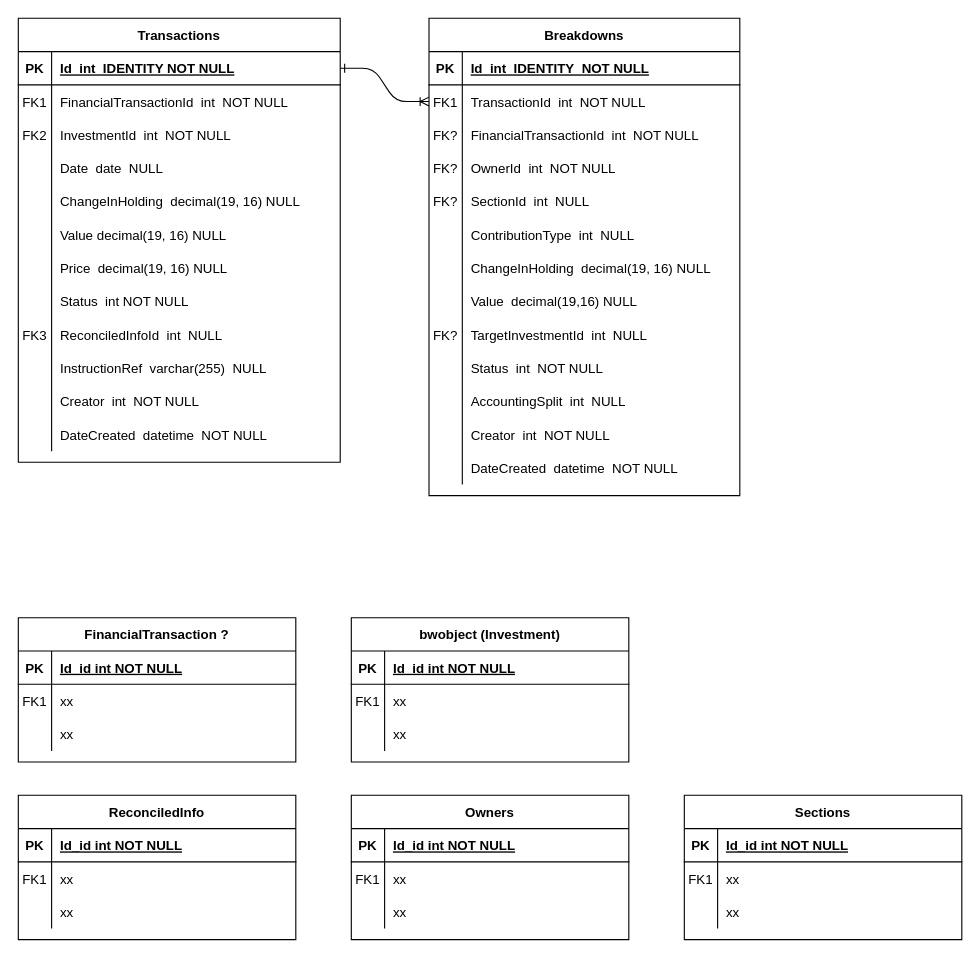
Before: page "ERD" (1 of 2) of diagrams/Investment transaction.drawio in JakeRyu/drawio, a draw.io diagram. Source tidied: cells renumbered, new cells numbered last; positions are measured from the earlier drawing's top-left corner, leaving out a move shared by most shapes. Both pictures are drawn from the tidied source at 111%, with x=0, y=0 at pixel (18, 18).
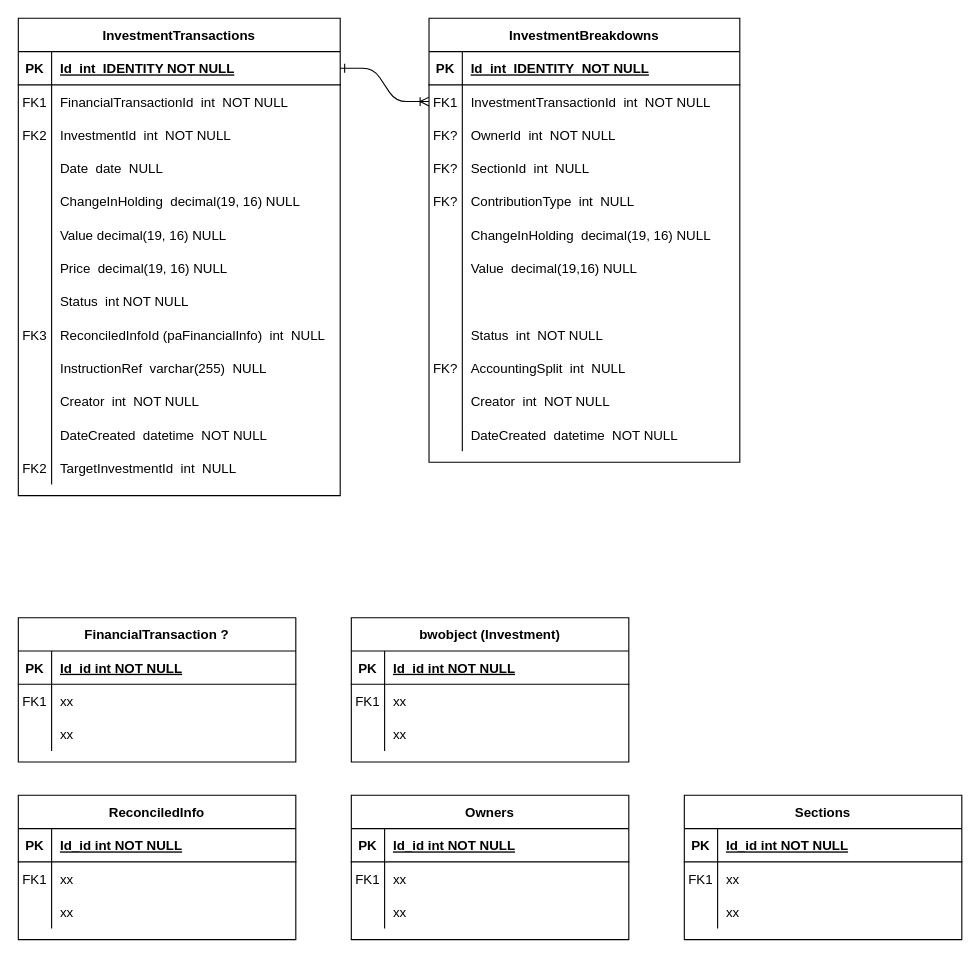
Above is the later version.

Commit message:
Apply feedback from Robert

Unchanged cells that the change refers to:
```xml
<mxCell id="7" style="shape=partialRectangle;fillColor=none;points=[[0,0.5],[1,0.5]];portConstraint=eastwest;top=0;left=0;right=0;bottom=0;" parent="3" vertex="1">
  <mxGeometry y="60" width="280" height="30" as="geometry" />
</mxCell>
<mxCell id="78" style="shape=partialRectangle;fillColor=none;top=0;left=0;right=0;bottom=0;" parent="53" vertex="1">
  <mxGeometry y="270" width="290" height="30" as="geometry" />
</mxCell>
```

The edit, as a diff of the source:
```diff
@@
-    <mxCell id="3" value="Breakdowns" style="shape=table;startSize=30;childLayout=tableLayout;rowLines=0;fontStyle=1;align=center;" parent="1" vertex="1">
-      <mxGeometry x="370" width="280" height="430" as="geometry" />
+    <mxCell id="3" value="InvestmentBreakdowns" style="shape=table;startSize=30;childLayout=tableLayout;rowLines=0;fontStyle=1;align=center;" parent="1" vertex="1">
+      <mxGeometry x="370" width="280" height="400" as="geometry" />
     </mxCell>
@@
-    <mxCell id="9" value="TransactionId  int  NOT NULL" style="shape=partialRectangle;overflow=hidden;fillColor=none;top=0;left=0;bottom=0;right=0;align=left;spacingLeft=6;" parent="7" vertex="1">
+    <mxCell id="9" value="InvestmentTransactionId  int  NOT NULL" style="shape=partialRectangle;overflow=hidden;fillColor=none;top=0;left=0;bottom=0;right=0;align=left;spacingLeft=6;" parent="7" vertex="1">
       <mxGeometry x="30" width="250" height="30" as="geometry" />
     </mxCell>
-    <mxCell id="10" style="shape=partialRectangle;fillColor=none;top=0;left=0;right=0;bottom=0;" parent="3" vertex="1">
-      <mxGeometry y="90" width="280" height="30" as="geometry" />
-    </mxCell>
-    <mxCell id="11" value="FK?" style="shape=partialRectangle;overflow=hidden;fillColor=none;top=0;left=0;bottom=0;right=0;" parent="10" vertex="1">
-      <mxGeometry width="30" height="30" as="geometry" />
-    </mxCell>
-    <mxCell id="12" value="FinancialTransactionId  int  NOT NULL" style="shape=partialRectangle;overflow=hidden;fillColor=none;top=0;left=0;bottom=0;right=0;align=left;spacingLeft=6;" parent="10" vertex="1">
-      <mxGeometry x="30" width="250" height="30" as="geometry" />
-    </mxCell>
     <mxCell id="13" style="shape=partialRectangle;fillColor=none;top=0;left=0;right=0;bottom=0;" parent="3" vertex="1">
-      <mxGeometry y="120" width="280" height="30" as="geometry" />
+      <mxGeometry y="90" width="280" height="30" as="geometry" />
     </mxCell>
@@
     <mxCell id="16" style="shape=partialRectangle;fillColor=none;top=0;left=0;right=0;bottom=0;" parent="3" vertex="1">
-      <mxGeometry y="150" width="280" height="30" as="geometry" />
+      <mxGeometry y="120" width="280" height="30" as="geometry" />
     </mxCell>
@@
     <mxCell id="19" style="shape=partialRectangle;fillColor=none;top=0;left=0;right=0;bottom=0;" parent="3" vertex="1">
-      <mxGeometry y="180" width="280" height="30" as="geometry" />
+      <mxGeometry y="150" width="280" height="30" as="geometry" />
     </mxCell>
-    <mxCell id="20" style="shape=partialRectangle;overflow=hidden;fillColor=none;top=0;left=0;bottom=0;right=0;" parent="19" vertex="1">
+    <mxCell id="20" value="FK?" style="shape=partialRectangle;overflow=hidden;fillColor=none;top=0;left=0;bottom=0;right=0;" parent="19" vertex="1">
       <mxGeometry width="30" height="30" as="geometry" />
     </mxCell>
@@
     <mxCell id="22" style="shape=partialRectangle;fillColor=none;top=0;left=0;right=0;bottom=0;" parent="3" vertex="1">
-      <mxGeometry y="210" width="280" height="30" as="geometry" />
+      <mxGeometry y="180" width="280" height="30" as="geometry" />
     </mxCell>
@@
     <mxCell id="25" style="shape=partialRectangle;fillColor=none;top=0;left=0;right=0;bottom=0;" parent="3" vertex="1">
-      <mxGeometry y="240" width="280" height="30" as="geometry" />
+      <mxGeometry y="210" width="280" height="30" as="geometry" />
     </mxCell>
@@
     <mxCell id="28" style="shape=partialRectangle;fillColor=none;top=0;left=0;right=0;bottom=0;" parent="3" vertex="1">
-      <mxGeometry y="270" width="280" height="30" as="geometry" />
+      <mxGeometry y="240" width="280" height="30" as="geometry" />
     </mxCell>
-    <mxCell id="29" value="FK?" style="shape=partialRectangle;overflow=hidden;fillColor=none;top=0;left=0;bottom=0;right=0;" parent="28" vertex="1">
+    <mxCell id="29" style="shape=partialRectangle;overflow=hidden;fillColor=none;top=0;left=0;bottom=0;right=0;" parent="28" vertex="1">
       <mxGeometry width="30" height="30" as="geometry" />
     </mxCell>
-    <mxCell id="30" value="TargetInvestmentId  int  NULL" style="shape=partialRectangle;overflow=hidden;fillColor=none;top=0;left=0;bottom=0;right=0;align=left;spacingLeft=6;" parent="28" vertex="1">
+    <mxCell id="30" style="shape=partialRectangle;overflow=hidden;fillColor=none;top=0;left=0;bottom=0;right=0;align=left;spacingLeft=6;" parent="28" vertex="1">
       <mxGeometry x="30" width="250" height="30" as="geometry" />
     </mxCell>
     <mxCell id="31" style="shape=partialRectangle;fillColor=none;top=0;left=0;right=0;bottom=0;" parent="3" vertex="1">
-      <mxGeometry y="300" width="280" height="30" as="geometry" />
+      <mxGeometry y="270" width="280" height="30" as="geometry" />
     </mxCell>
@@
     <mxCell id="34" style="shape=partialRectangle;fillColor=none;top=0;left=0;right=0;bottom=0;" parent="3" vertex="1">
-      <mxGeometry y="330" width="280" height="30" as="geometry" />
+      <mxGeometry y="300" width="280" height="30" as="geometry" />
     </mxCell>
-    <mxCell id="35" style="shape=partialRectangle;overflow=hidden;fillColor=none;top=0;left=0;bottom=0;right=0;" parent="34" vertex="1">
+    <mxCell id="35" value="FK?" style="shape=partialRectangle;overflow=hidden;fillColor=none;top=0;left=0;bottom=0;right=0;" parent="34" vertex="1">
       <mxGeometry width="30" height="30" as="geometry" />
     </mxCell>
@@
     <mxCell id="37" style="shape=partialRectangle;fillColor=none;top=0;left=0;right=0;bottom=0;" parent="3" vertex="1">
-      <mxGeometry y="360" width="280" height="30" as="geometry" />
+      <mxGeometry y="330" width="280" height="30" as="geometry" />
     </mxCell>
@@
     <mxCell id="40" style="shape=partialRectangle;fillColor=none;top=0;left=0;right=0;bottom=0;" parent="3" vertex="1">
-      <mxGeometry y="390" width="280" height="30" as="geometry" />
+      <mxGeometry y="360" width="280" height="30" as="geometry" />
     </mxCell>
@@
-    <mxCell id="53" value="Transactions" style="shape=table;startSize=30;childLayout=tableLayout;rowLines=0;fontStyle=1;align=center;" parent="1" vertex="1">
-      <mxGeometry width="290" height="400" as="geometry" />
+    <mxCell id="53" value="InvestmentTransactions" style="shape=table;startSize=30;childLayout=tableLayout;rowLines=0;fontStyle=1;align=center;" parent="1" vertex="1">
+      <mxGeometry width="290" height="430" as="geometry" />
     </mxCell>
@@
-    <mxCell id="80" value="ReconciledInfoId  int  NULL" style="shape=partialRectangle;overflow=hidden;fillColor=none;top=0;left=0;bottom=0;right=0;align=left;spacingLeft=6;" parent="78" vertex="1">
+    <mxCell id="80" value="ReconciledInfoId (paFinancialInfo)  int  NULL" style="shape=partialRectangle;overflow=hidden;fillColor=none;top=0;left=0;bottom=0;right=0;align=left;spacingLeft=6;" parent="78" vertex="1">
       <mxGeometry x="30" width="260" height="30" as="geometry" />
     </mxCell>
@@
+    <mxCell id="130" style="shape=partialRectangle;fillColor=none;top=0;left=0;right=0;bottom=0;" parent="53" vertex="1">
+      <mxGeometry y="390" width="290" height="30" as="geometry" />
+    </mxCell>
+    <mxCell id="131" value="FK2" style="shape=partialRectangle;overflow=hidden;fillColor=none;top=0;left=0;bottom=0;right=0;" parent="130" vertex="1">
+      <mxGeometry width="30" height="30" as="geometry" />
+    </mxCell>
+    <mxCell id="132" value="TargetInvestmentId  int  NULL" style="shape=partialRectangle;overflow=hidden;fillColor=none;top=0;left=0;bottom=0;right=0;align=left;spacingLeft=6;" parent="130" vertex="1">
+      <mxGeometry x="30" width="260" height="30" as="geometry" />
+    </mxCell>
```
